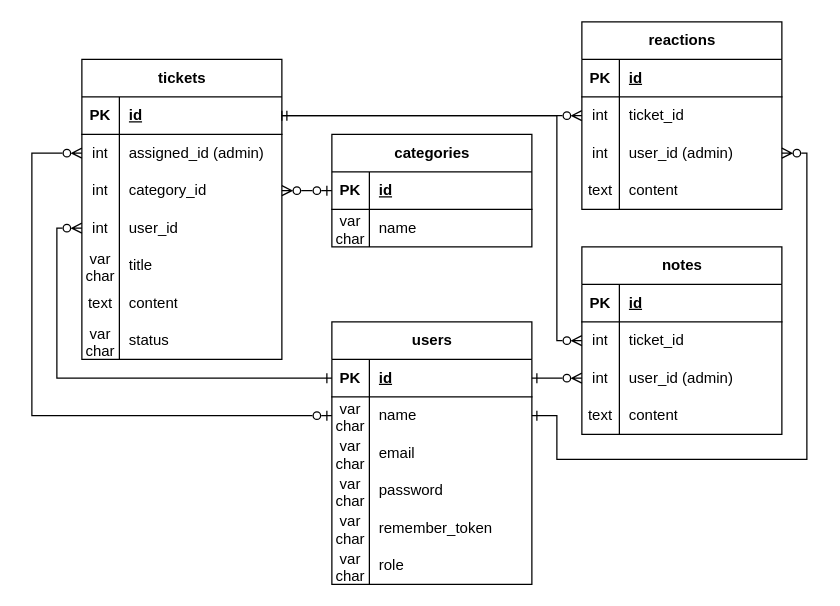
LeggyBoiTim/klantenhulpportaal keeps this draw.io diagram as klantenhulpportaal-databasediagram.drawio. Above is the earlier version. Source tidied: cells renumbered, new cells numbered last; positions are measured from the earlier drawing's top-left corner, leaving out a move shared by most shapes. Both pictures are drawn from the tidied source at 125%, with x=0, y=0 at pixel (31, 21).
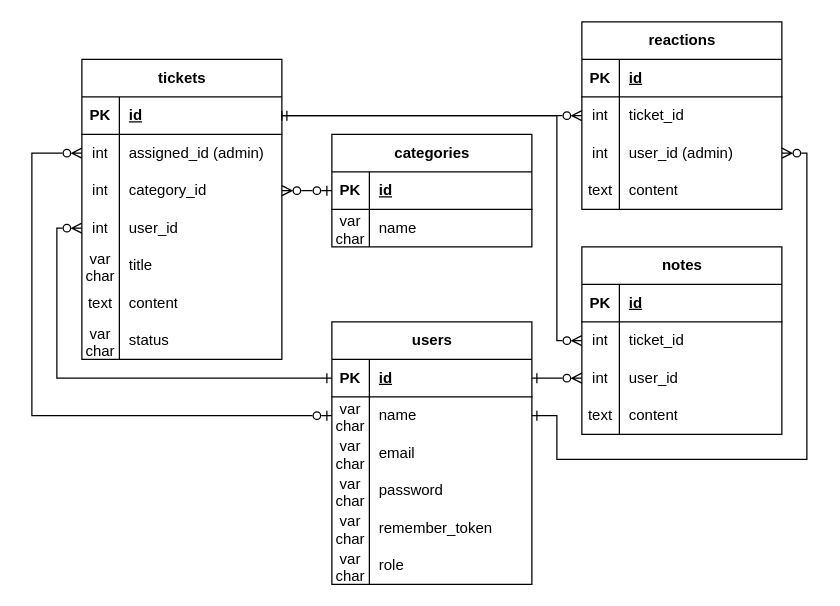
After the change.

The change refers to these unchanged cells:
```xml
<mxCell id="70" style="shape=tableRow;horizontal=0;startSize=0;swimlaneHead=0;swimlaneBody=0;fillColor=none;points=[[0,0.5],[1,0.5]];portConstraint=eastwest;top=0;left=0;right=0;bottom=0;" parent="63" vertex="1">
  <mxGeometry y="90" width="160" height="30" as="geometry" />
</mxCell>
```

What changed in the source:
```diff
@@
-    <mxCell id="72" value="user_id (admin)" style="shape=partialRectangle;fillColor=none;top=0;left=0;bottom=0;right=0;align=left;spacingLeft=6;overflow=hidden;whiteSpace=wrap;html=1;" parent="70" vertex="1">
+    <mxCell id="72" value="user_id" style="shape=partialRectangle;fillColor=none;top=0;left=0;bottom=0;right=0;align=left;spacingLeft=6;overflow=hidden;whiteSpace=wrap;html=1;" parent="70" vertex="1">
       <mxGeometry x="30" width="130" height="30" as="geometry" />
     </mxCell>
```
